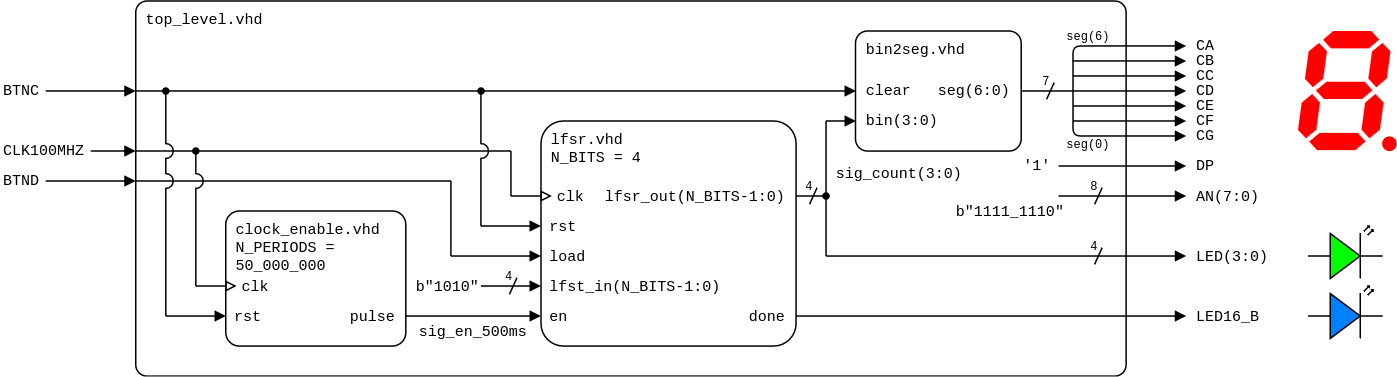
Before: lab6-lfsr/images/top-level_lfsr_4-bit_structure.png, a diagram exported from draw.io (tomas-fryza/vhdl-labs). Source tidied: cells renumbered, new cells last; positions are measured from the earlier drawing's top-left corner, leaving out a move shared by most shapes.
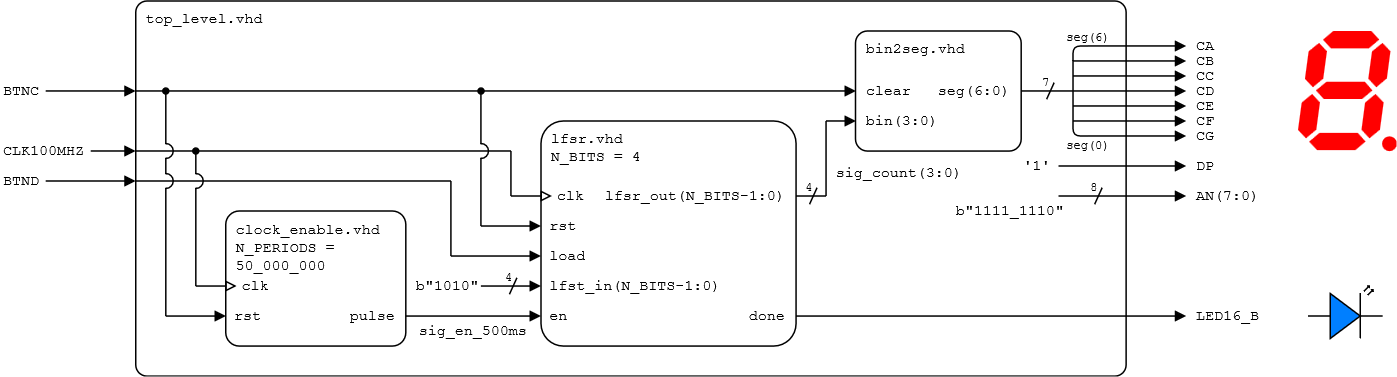
After the commit.

Commit message:
removed leds from top level lfsr

What changed in the source:
```diff
@@ -290,144 +290,117 @@
     </mxCell>
     <mxCell id="63" style="endArrow=block;html=1;rounded=0;endFill=1;orthogonal=1;endSize=5;startSize=5;" parent="1" edge="1">
       <mxGeometry relative="1" as="geometry">
-        <mxPoint x="550" y="170" as="sourcePoint" />
-        <mxPoint x="790" y="170" as="targetPoint" />
+        <mxPoint x="530" y="210" as="sourcePoint" />
+        <mxPoint x="790" y="210" as="targetPoint" />
       </mxGeometry>
     </mxCell>
-    <mxCell id="64" value="LED(3:0)" style="text;html=1;align=left;verticalAlign=middle;whiteSpace=wrap;rounded=0;fontFamily=Courier New;fontSize=10;fillOpacity=100;spacing=2;spacingLeft=5;" parent="1" vertex="1">
-      <mxGeometry x="790" y="160" width="70" height="20" as="geometry" />
+    <mxCell id="64" value="LED16_B" style="text;html=1;align=left;verticalAlign=middle;whiteSpace=wrap;rounded=0;fontFamily=Courier New;fontSize=10;fillOpacity=100;spacing=2;spacingLeft=5;" parent="1" vertex="1">
+      <mxGeometry x="790" y="200" width="70" height="20" as="geometry" />
     </mxCell>
-    <mxCell id="65" style="verticalLabelPosition=bottom;shadow=0;dashed=0;align=center;html=1;verticalAlign=top;shape=mxgraph.electrical.opto_electronics.led_2;fillColor=#00FF00;" parent="1" vertex="1">
-      <mxGeometry x="871" y="150" width="50" height="35" as="geometry" />
+    <mxCell id="65" style="verticalLabelPosition=bottom;shadow=0;dashed=0;align=center;html=1;verticalAlign=top;shape=mxgraph.electrical.opto_electronics.led_2;fillColor=#007FFF;" parent="1" vertex="1">
+      <mxGeometry x="871" y="190" width="50" height="35" as="geometry" />
     </mxCell>
-    <mxCell id="66" style="endArrow=oval;html=1;rounded=0;startArrow=none;startFill=0;endSize=4;startSize=4;endFill=1;" parent="1" edge="1">
-      <mxGeometry relative="1" as="geometry">
-        <mxPoint x="550" y="170" as="sourcePoint" />
-        <mxPoint x="550" y="130" as="targetPoint" />
-      </mxGeometry>
+    <mxCell id="66" value="8" style="text;html=1;align=center;verticalAlign=middle;whiteSpace=wrap;rounded=0;fontFamily=Courier New;fontSize=8;fillOpacity=100;spacing=2;spacingRight=0;" parent="1" vertex="1">
+      <mxGeometry x="714" y="114" width="30" height="20" as="geometry" />
     </mxCell>
-    <mxCell id="67" style="endArrow=block;html=1;rounded=0;endFill=1;orthogonal=1;endSize=5;startSize=5;" parent="1" edge="1">
+    <mxCell id="67" style="endArrow=none;html=1;rounded=0;startArrow=none;startFill=0;endSize=4;startSize=4;" parent="1" edge="1">
       <mxGeometry relative="1" as="geometry">
-        <mxPoint x="530" y="210" as="sourcePoint" />
-        <mxPoint x="790" y="210" as="targetPoint" />
+        <mxPoint x="734" y="124.5" as="sourcePoint" />
+        <mxPoint x="729" y="135.5" as="targetPoint" />
       </mxGeometry>
     </mxCell>
-    <mxCell id="68" value="LED16_B" style="text;html=1;align=left;verticalAlign=middle;whiteSpace=wrap;rounded=0;fontFamily=Courier New;fontSize=10;fillOpacity=100;spacing=2;spacingLeft=5;" parent="1" vertex="1">
-      <mxGeometry x="790" y="200" width="70" height="20" as="geometry" />
+    <mxCell id="68" value="7" style="text;html=1;align=center;verticalAlign=middle;whiteSpace=wrap;rounded=0;fontFamily=Courier New;fontSize=8;fillOpacity=100;spacing=2;spacingRight=0;" parent="1" vertex="1">
+      <mxGeometry x="682" y="44" width="30" height="20" as="geometry" />
     </mxCell>
-    <mxCell id="69" style="verticalLabelPosition=bottom;shadow=0;dashed=0;align=center;html=1;verticalAlign=top;shape=mxgraph.electrical.opto_electronics.led_2;fillColor=#007FFF;" parent="1" vertex="1">
-      <mxGeometry x="871" y="190" width="50" height="35" as="geometry" />
+    <mxCell id="69" style="endArrow=none;html=1;rounded=0;startArrow=none;startFill=0;endSize=4;startSize=4;" parent="1" edge="1">
+      <mxGeometry relative="1" as="geometry">
+        <mxPoint x="702" y="54.5" as="sourcePoint" />
+        <mxPoint x="697" y="65.5" as="targetPoint" />
+      </mxGeometry>
     </mxCell>
-    <mxCell id="70" value="8" style="text;html=1;align=center;verticalAlign=middle;whiteSpace=wrap;rounded=0;fontFamily=Courier New;fontSize=8;fillOpacity=100;spacing=2;spacingRight=0;" parent="1" vertex="1">
-      <mxGeometry x="714" y="114" width="30" height="20" as="geometry" />
+    <mxCell id="70" value="4" style="text;html=1;align=center;verticalAlign=middle;whiteSpace=wrap;rounded=0;fontFamily=Courier New;fontSize=8;fillOpacity=100;spacing=2;spacingRight=0;" parent="1" vertex="1">
+      <mxGeometry x="524" y="114" width="30" height="20" as="geometry" />
     </mxCell>
     <mxCell id="71" style="endArrow=none;html=1;rounded=0;startArrow=none;startFill=0;endSize=4;startSize=4;" parent="1" edge="1">
       <mxGeometry relative="1" as="geometry">
-        <mxPoint x="734" y="124.5" as="sourcePoint" />
-        <mxPoint x="729" y="135.5" as="targetPoint" />
+        <mxPoint x="544" y="124.5" as="sourcePoint" />
+        <mxPoint x="539" y="135.5" as="targetPoint" />
       </mxGeometry>
     </mxCell>
-    <mxCell id="72" value="7" style="text;html=1;align=center;verticalAlign=middle;whiteSpace=wrap;rounded=0;fontFamily=Courier New;fontSize=8;fillOpacity=100;spacing=2;spacingRight=0;" parent="1" vertex="1">
-      <mxGeometry x="682" y="44" width="30" height="20" as="geometry" />
+    <mxCell id="72" value="4" style="text;html=1;align=center;verticalAlign=middle;whiteSpace=wrap;rounded=0;fontFamily=Courier New;fontSize=8;fillOpacity=100;spacing=2;spacingRight=0;" parent="1" vertex="1">
+      <mxGeometry x="324" y="174" width="30" height="20" as="geometry" />
     </mxCell>
     <mxCell id="73" style="endArrow=none;html=1;rounded=0;startArrow=none;startFill=0;endSize=4;startSize=4;" parent="1" edge="1">
       <mxGeometry relative="1" as="geometry">
-        <mxPoint x="702" y="54.5" as="sourcePoint" />
-        <mxPoint x="697" y="65.5" as="targetPoint" />
+        <mxPoint x="344" y="184.5" as="sourcePoint" />
+        <mxPoint x="339" y="195.5" as="targetPoint" />
       </mxGeometry>
     </mxCell>
-    <mxCell id="74" value="4" style="text;html=1;align=center;verticalAlign=middle;whiteSpace=wrap;rounded=0;fontFamily=Courier New;fontSize=8;fillOpacity=100;spacing=2;spacingRight=0;" parent="1" vertex="1">
-      <mxGeometry x="524" y="114" width="30" height="20" as="geometry" />
+    <mxCell id="74" value="b&quot;1010&quot;" style="text;html=1;align=left;verticalAlign=middle;whiteSpace=wrap;rounded=0;fontFamily=Courier New;fontSize=10;fillOpacity=100;spacing=2;spacingLeft=0;" parent="1" vertex="1">
+      <mxGeometry x="274.6" y="180" width="50.4" height="20" as="geometry" />
     </mxCell>
-    <mxCell id="75" style="endArrow=none;html=1;rounded=0;startArrow=none;startFill=0;endSize=4;startSize=4;" parent="1" edge="1">
-      <mxGeometry relative="1" as="geometry">
-        <mxPoint x="544" y="124.5" as="sourcePoint" />
-        <mxPoint x="539" y="135.5" as="targetPoint" />
-      </mxGeometry>
+    <mxCell id="75" value="&lt;div&gt;lfsr.vhd&lt;br&gt;N_BITS = 4&lt;/div&gt;" style="rounded=1;arcSize=10;align=left;verticalAlign=top;fontFamily=Courier New;absoluteArcSize=0;fillColor=none;fixDash=0;fontSize=10;spacingLeft=5;labelBorderColor=none;spacingTop=0;spacing=2;labelBackgroundColor=none;whiteSpace=wrap;html=1;strokeWidth=1;shadow=0;glass=0;" parent="1" vertex="1">
+      <mxGeometry x="360" y="80" width="170" height="150" as="geometry" />
     </mxCell>
-    <mxCell id="76" value="4" style="text;html=1;align=center;verticalAlign=middle;whiteSpace=wrap;rounded=0;fontFamily=Courier New;fontSize=8;fillOpacity=100;spacing=2;spacingRight=0;" parent="1" vertex="1">
-      <mxGeometry x="324" y="174" width="30" height="20" as="geometry" />
+    <mxCell id="76" value="&lt;div&gt;load&lt;/div&gt;" style="text;html=1;align=left;verticalAlign=middle;whiteSpace=wrap;rounded=0;fontFamily=Courier New;fontSize=10;fillOpacity=100;spacingLeft=5;" parent="1" vertex="1">
+      <mxGeometry x="359.4" y="160" width="80.6" height="20" as="geometry" />
     </mxCell>
-    <mxCell id="77" style="endArrow=none;html=1;rounded=0;startArrow=none;startFill=0;endSize=4;startSize=4;" parent="1" edge="1">
-      <mxGeometry relative="1" as="geometry">
-        <mxPoint x="344" y="184.5" as="sourcePoint" />
-        <mxPoint x="339" y="195.5" as="targetPoint" />
-      </mxGeometry>
+    <mxCell id="77" value="clk" style="text;html=1;align=left;verticalAlign=middle;whiteSpace=wrap;rounded=0;fontFamily=Courier New;fontSize=10;fillOpacity=100;spacing=2;spacingLeft=10;" parent="1" vertex="1">
+      <mxGeometry x="359.4" y="120" width="40.6" height="20" as="geometry" />
     </mxCell>
-    <mxCell id="78" value="4" style="text;html=1;align=center;verticalAlign=middle;whiteSpace=wrap;rounded=0;fontFamily=Courier New;fontSize=8;fillOpacity=100;spacing=2;spacingRight=0;" parent="1" vertex="1">
-      <mxGeometry x="714" y="154" width="30" height="20" as="geometry" />
+    <mxCell id="78" value="lfsr_out(N_BITS-1:0)" style="text;html=1;align=right;verticalAlign=middle;whiteSpace=wrap;rounded=0;fontFamily=Courier New;fontSize=10;fillOpacity=100;spacing=2;spacingRight=5;" parent="1" vertex="1">
+      <mxGeometry x="440" y="120" width="90" height="20" as="geometry" />
     </mxCell>
-    <mxCell id="79" style="endArrow=none;html=1;rounded=0;startArrow=none;startFill=0;endSize=4;startSize=4;" parent="1" edge="1">
-      <mxGeometry relative="1" as="geometry">
-        <mxPoint x="734" y="164.5" as="sourcePoint" />
-        <mxPoint x="729" y="175.5" as="targetPoint" />
-      </mxGeometry>
+    <mxCell id="79" value="en" style="text;html=1;align=left;verticalAlign=middle;whiteSpace=wrap;rounded=0;fontFamily=Courier New;fontSize=10;fillOpacity=100;spacingLeft=5;" parent="1" vertex="1">
+      <mxGeometry x="359.4" y="200" width="30.6" height="20" as="geometry" />
     </mxCell>
-    <mxCell id="80" value="b&quot;1010&quot;" style="text;html=1;align=left;verticalAlign=middle;whiteSpace=wrap;rounded=0;fontFamily=Courier New;fontSize=10;fillOpacity=100;spacing=2;spacingLeft=0;" parent="1" vertex="1">
-      <mxGeometry x="274.6" y="180" width="50.4" height="20" as="geometry" />
+    <mxCell id="80" value="lfst_in(N_BITS-1:0)" style="text;html=1;align=left;verticalAlign=middle;whiteSpace=wrap;rounded=0;fontFamily=Courier New;fontSize=10;fillOpacity=100;spacingLeft=5;" parent="1" vertex="1">
+      <mxGeometry x="359.4" y="180" width="130.6" height="20" as="geometry" />
     </mxCell>
-    <mxCell id="81" value="&lt;div&gt;lfsr.vhd&lt;br&gt;N_BITS = 4&lt;/div&gt;" style="rounded=1;arcSize=10;align=left;verticalAlign=top;fontFamily=Courier New;absoluteArcSize=0;fillColor=none;fixDash=0;fontSize=10;spacingLeft=5;labelBorderColor=none;spacingTop=0;spacing=2;labelBackgroundColor=none;whiteSpace=wrap;html=1;strokeWidth=1;shadow=0;glass=0;" parent="1" vertex="1">
-      <mxGeometry x="360" y="80" width="170" height="150" as="geometry" />
+    <mxCell id="81" value="done" style="text;html=1;align=right;verticalAlign=middle;whiteSpace=wrap;rounded=0;fontFamily=Courier New;fontSize=10;fillOpacity=100;spacing=2;spacingRight=5;" parent="1" vertex="1">
+      <mxGeometry x="490" y="200" width="40" height="20" as="geometry" />
     </mxCell>
-    <mxCell id="82" value="&lt;div&gt;load&lt;/div&gt;" style="text;html=1;align=left;verticalAlign=middle;whiteSpace=wrap;rounded=0;fontFamily=Courier New;fontSize=10;fillOpacity=100;spacingLeft=5;" parent="1" vertex="1">
-      <mxGeometry x="359.4" y="160" width="80.6" height="20" as="geometry" />
+    <mxCell id="82" value="rst" style="text;html=1;align=left;verticalAlign=middle;whiteSpace=wrap;rounded=0;fontFamily=Courier New;fontSize=10;fillOpacity=100;spacingLeft=5;" parent="1" vertex="1">
+      <mxGeometry x="359.4" y="140" width="80.6" height="20" as="geometry" />
     </mxCell>
-    <mxCell id="83" value="clk" style="text;html=1;align=left;verticalAlign=middle;whiteSpace=wrap;rounded=0;fontFamily=Courier New;fontSize=10;fillOpacity=100;spacing=2;spacingLeft=10;" parent="1" vertex="1">
-      <mxGeometry x="359.4" y="120" width="40.6" height="20" as="geometry" />
+    <mxCell id="83" style="verticalLabelPosition=bottom;verticalAlign=top;html=1;shape=mxgraph.basic.arc;startAngle=0.75;endAngle=0.25;rotation=90;" parent="1" vertex="1">
+      <mxGeometry x="105" y="115" width="10" height="10" as="geometry" />
     </mxCell>
-    <mxCell id="84" value="lfsr_out(N_BITS-1:0)" style="text;html=1;align=right;verticalAlign=middle;whiteSpace=wrap;rounded=0;fontFamily=Courier New;fontSize=10;fillOpacity=100;spacing=2;spacingRight=5;" parent="1" vertex="1">
-      <mxGeometry x="440" y="120" width="90" height="20" as="geometry" />
+    <mxCell id="84" style="verticalLabelPosition=bottom;verticalAlign=top;html=1;shape=mxgraph.basic.arc;startAngle=0.75;endAngle=0.25;rotation=90;" parent="1" vertex="1">
+      <mxGeometry x="125" y="115" width="10" height="10" as="geometry" />
     </mxCell>
-    <mxCell id="85" value="en" style="text;html=1;align=left;verticalAlign=middle;whiteSpace=wrap;rounded=0;fontFamily=Courier New;fontSize=10;fillOpacity=100;spacingLeft=5;" parent="1" vertex="1">
-      <mxGeometry x="359.4" y="200" width="30.6" height="20" as="geometry" />
+    <mxCell id="85" style="verticalLabelPosition=bottom;verticalAlign=top;html=1;shape=mxgraph.basic.arc;startAngle=0.75;endAngle=0.25;rotation=90;" parent="1" vertex="1">
+      <mxGeometry x="315" y="95" width="10" height="10" as="geometry" />
     </mxCell>
-    <mxCell id="86" value="lfst_in(N_BITS-1:0)" style="text;html=1;align=left;verticalAlign=middle;whiteSpace=wrap;rounded=0;fontFamily=Courier New;fontSize=10;fillOpacity=100;spacingLeft=5;" parent="1" vertex="1">
-      <mxGeometry x="359.4" y="180" width="130.6" height="20" as="geometry" />
+    <mxCell id="86" style="endArrow=none;html=1;rounded=0;startArrow=oval;startFill=1;endSize=4;startSize=4;" parent="1" edge="1">
+      <mxGeometry relative="1" as="geometry">
+        <mxPoint x="320" y="60" as="sourcePoint" />
+        <mxPoint x="320" y="95.5" as="targetPoint" />
+      </mxGeometry>
     </mxCell>
-    <mxCell id="87" value="done" style="text;html=1;align=right;verticalAlign=middle;whiteSpace=wrap;rounded=0;fontFamily=Courier New;fontSize=10;fillOpacity=100;spacing=2;spacingRight=5;" parent="1" vertex="1">
-      <mxGeometry x="490" y="200" width="40" height="20" as="geometry" />
+    <mxCell id="87" style="endArrow=block;html=1;rounded=0;endFill=1;endSize=5;startSize=5;" parent="1" edge="1">
+      <mxGeometry relative="1" as="geometry">
+        <mxPoint x="320" y="150" as="sourcePoint" />
+        <mxPoint x="360" y="150" as="targetPoint" />
+      </mxGeometry>
     </mxCell>
-    <mxCell id="88" value="rst" style="text;html=1;align=left;verticalAlign=middle;whiteSpace=wrap;rounded=0;fontFamily=Courier New;fontSize=10;fillOpacity=100;spacingLeft=5;" parent="1" vertex="1">
-      <mxGeometry x="359.4" y="140" width="80.6" height="20" as="geometry" />
+    <mxCell id="88" style="endArrow=none;html=1;rounded=0;startArrow=none;startFill=0;endSize=4;startSize=4;" parent="1" edge="1">
+      <mxGeometry relative="1" as="geometry">
+        <mxPoint x="320" y="150" as="sourcePoint" />
+        <mxPoint x="320" y="104.5" as="targetPoint" />
+      </mxGeometry>
     </mxCell>
-    <mxCell id="89" style="verticalLabelPosition=bottom;verticalAlign=top;html=1;shape=mxgraph.basic.arc;startAngle=0.75;endAngle=0.25;rotation=90;" parent="1" vertex="1">
-      <mxGeometry x="105" y="115" width="10" height="10" as="geometry" />
+    <mxCell id="89" style="endArrow=none;html=1;rounded=0;startArrow=none;startFill=0;endSize=4;startSize=4;" parent="1" edge="1">
+      <mxGeometry relative="1" as="geometry">
+        <mxPoint x="130" y="190" as="sourcePoint" />
+        <mxPoint x="130" y="124.5" as="targetPoint" />
+      </mxGeometry>
     </mxCell>
-    <mxCell id="90" style="verticalLabelPosition=bottom;verticalAlign=top;html=1;shape=mxgraph.basic.arc;startAngle=0.75;endAngle=0.25;rotation=90;" parent="1" vertex="1">
-      <mxGeometry x="125" y="115" width="10" height="10" as="geometry" />
+    <mxCell id="90" style="endArrow=none;html=1;rounded=0;startArrow=none;startFill=0;endSize=4;startSize=4;" parent="1" edge="1">
+      <mxGeometry relative="1" as="geometry">
+        <mxPoint x="110" y="115.5" as="sourcePoint" />
+        <mxPoint x="110" y="104.5" as="targetPoint" />
+      </mxGeometry>
     </mxCell>
-    <mxCell id="91" style="verticalLabelPosition=bottom;verticalAlign=top;html=1;shape=mxgraph.basic.arc;startAngle=0.75;endAngle=0.25;rotation=90;" parent="1" vertex="1">
-      <mxGeometry x="315" y="95" width="10" height="10" as="geometry" />
-    </mxCell>
-    <mxCell id="92" style="endArrow=none;html=1;rounded=0;startArrow=oval;startFill=1;endSize=4;startSize=4;" parent="1" edge="1">
-      <mxGeometry relative="1" as="geometry">
-        <mxPoint x="320" y="60" as="sourcePoint" />
-        <mxPoint x="320" y="95.5" as="targetPoint" />
-      </mxGeometry>
-    </mxCell>
-    <mxCell id="93" style="endArrow=block;html=1;rounded=0;endFill=1;endSize=5;startSize=5;" parent="1" edge="1">
-      <mxGeometry relative="1" as="geometry">
-        <mxPoint x="320" y="150" as="sourcePoint" />
-        <mxPoint x="360" y="150" as="targetPoint" />
-      </mxGeometry>
-    </mxCell>
-    <mxCell id="94" style="endArrow=none;html=1;rounded=0;startArrow=none;startFill=0;endSize=4;startSize=4;" parent="1" edge="1">
-      <mxGeometry relative="1" as="geometry">
-        <mxPoint x="320" y="150" as="sourcePoint" />
-        <mxPoint x="320" y="104.5" as="targetPoint" />
-      </mxGeometry>
-    </mxCell>
-    <mxCell id="95" style="endArrow=none;html=1;rounded=0;startArrow=none;startFill=0;endSize=4;startSize=4;" parent="1" edge="1">
-      <mxGeometry relative="1" as="geometry">
-        <mxPoint x="130" y="190" as="sourcePoint" />
-        <mxPoint x="130" y="124.5" as="targetPoint" />
-      </mxGeometry>
-    </mxCell>
-    <mxCell id="96" style="endArrow=none;html=1;rounded=0;startArrow=none;startFill=0;endSize=4;startSize=4;" parent="1" edge="1">
-      <mxGeometry relative="1" as="geometry">
-        <mxPoint x="110" y="115.5" as="sourcePoint" />
-        <mxPoint x="110" y="104.5" as="targetPoint" />
-      </mxGeometry>
-    </mxCell>
   </root>
 </mxGraphModel>
```
